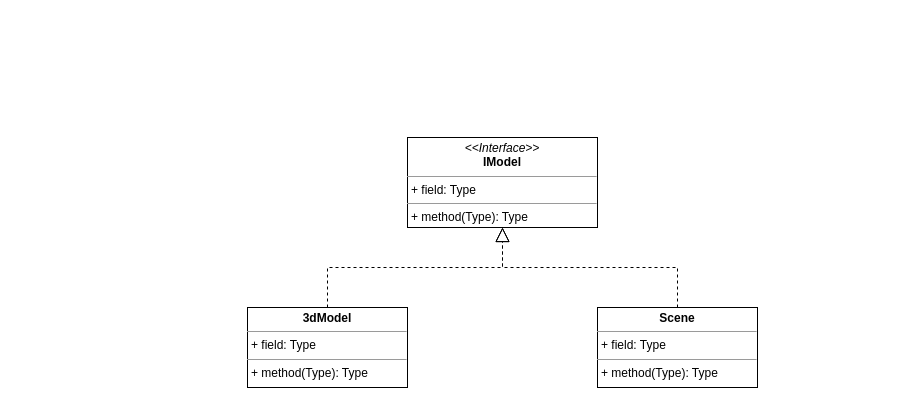
This is page "Models" (2 of 2) of module_2/Classes.drawio from SheinEA/gb_architect, a draw.io file, before an edit. Source tidied: cells renumbered, new cells numbered last; positions are measured from the earlier drawing's top-left corner, leaving out a move shared by most shapes. Both pictures are drawn from the tidied source at 100%, with x=0, y=0 at pixel (247, 137).
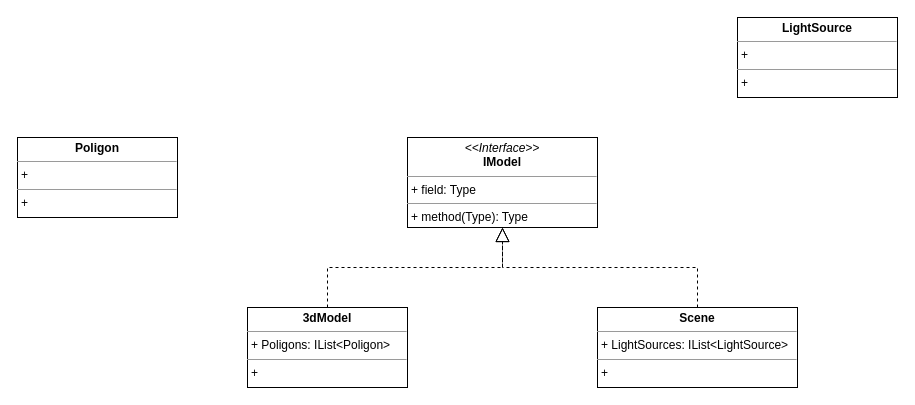
Above is the later version.

Change to the diagram source:
```diff
@@
 <mxGraphModel>
   <root>
     <mxCell id="0" />
     <mxCell id="1" parent="0" />
     <mxCell id="2" style="endArrow=block;dashed=1;endFill=0;endSize=12;html=1;exitX=0.5;exitY=0;exitDx=0;exitDy=0;edgeStyle=orthogonalEdgeStyle;rounded=0;" parent="1" edge="1" source="5" target="4">
       <mxGeometry relative="1" as="geometry" />
     </mxCell>
     <mxCell id="3" style="endArrow=block;dashed=1;endFill=0;endSize=12;html=1;exitX=0.5;exitY=0;exitDx=0;exitDy=0;edgeStyle=orthogonalEdgeStyle;rounded=0;" parent="1" edge="1" source="6" target="4">
       <mxGeometry relative="1" as="geometry" />
     </mxCell>
     <mxCell id="4" value="&lt;p style=&quot;margin: 0px ; margin-top: 4px ; text-align: center&quot;&gt;&lt;i&gt;&amp;lt;&amp;lt;Interface&amp;gt;&amp;gt;&lt;/i&gt;&lt;br&gt;&lt;b&gt;IModel&lt;/b&gt;&lt;/p&gt;&lt;hr size=&quot;1&quot;&gt;&lt;p style=&quot;margin: 0px ; margin-left: 4px&quot;&gt;+ field: Type&lt;br&gt;&lt;/p&gt;&lt;hr size=&quot;1&quot;&gt;&lt;p style=&quot;margin: 0px ; margin-left: 4px&quot;&gt;+ method(Type): Type&lt;br&gt;&lt;br&gt;&lt;/p&gt;" style="verticalAlign=top;align=left;overflow=fill;fontSize=12;fontFamily=Helvetica;html=1;" parent="1" vertex="1">
       <mxGeometry x="160" width="190" height="90" as="geometry" />
     </mxCell>
-    <mxCell id="5" value="&lt;p style=&quot;margin: 0px ; margin-top: 4px ; text-align: center&quot;&gt;&lt;b&gt;3dModel&lt;/b&gt;&lt;/p&gt;&lt;hr size=&quot;1&quot;&gt;&lt;p style=&quot;margin: 0px ; margin-left: 4px&quot;&gt;+ field: Type&lt;/p&gt;&lt;hr size=&quot;1&quot;&gt;&lt;p style=&quot;margin: 0px ; margin-left: 4px&quot;&gt;+ method(Type): Type&lt;br&gt;&lt;/p&gt;" style="verticalAlign=top;align=left;overflow=fill;fontSize=12;fontFamily=Helvetica;html=1;" parent="1" vertex="1">
+    <mxCell id="5" value="&lt;p style=&quot;margin: 0px ; margin-top: 4px ; text-align: center&quot;&gt;&lt;b&gt;3dModel&lt;/b&gt;&lt;/p&gt;&lt;hr size=&quot;1&quot;&gt;&lt;p style=&quot;margin: 0px ; margin-left: 4px&quot;&gt;+ Poligons: IList&amp;lt;Poligon&amp;gt;&lt;/p&gt;&lt;hr size=&quot;1&quot;&gt;&lt;p style=&quot;margin: 0px ; margin-left: 4px&quot;&gt;+&amp;nbsp;&lt;br&gt;&lt;/p&gt;" style="verticalAlign=top;align=left;overflow=fill;fontSize=12;fontFamily=Helvetica;html=1;" parent="1" vertex="1">
       <mxGeometry y="170" width="160" height="80" as="geometry" />
     </mxCell>
-    <mxCell id="6" value="&lt;p style=&quot;margin: 0px ; margin-top: 4px ; text-align: center&quot;&gt;&lt;b&gt;Scene&lt;/b&gt;&lt;br&gt;&lt;/p&gt;&lt;hr size=&quot;1&quot;&gt;&lt;p style=&quot;margin: 0px ; margin-left: 4px&quot;&gt;+ field: Type&lt;/p&gt;&lt;hr size=&quot;1&quot;&gt;&lt;p style=&quot;margin: 0px ; margin-left: 4px&quot;&gt;+ method(Type): Type&lt;br&gt;&lt;/p&gt;" style="verticalAlign=top;align=left;overflow=fill;fontSize=12;fontFamily=Helvetica;html=1;" parent="1" vertex="1">
-      <mxGeometry x="350" y="170" width="160" height="80" as="geometry" />
+    <mxCell id="6" value="&lt;p style=&quot;margin: 0px ; margin-top: 4px ; text-align: center&quot;&gt;&lt;b&gt;Scene&lt;/b&gt;&lt;br&gt;&lt;/p&gt;&lt;hr size=&quot;1&quot;&gt;&lt;p style=&quot;margin: 0px ; margin-left: 4px&quot;&gt;+ LightSources: IList&amp;lt;LightSource&amp;gt;&lt;/p&gt;&lt;hr size=&quot;1&quot;&gt;&lt;p style=&quot;margin: 0px ; margin-left: 4px&quot;&gt;+&amp;nbsp;&lt;br&gt;&lt;/p&gt;" style="verticalAlign=top;align=left;overflow=fill;fontSize=12;fontFamily=Helvetica;html=1;" parent="1" vertex="1">
+      <mxGeometry x="350" y="170" width="200" height="80" as="geometry" />
     </mxCell>
+    <mxCell id="7" value="&lt;p style=&quot;margin: 0px ; margin-top: 4px ; text-align: center&quot;&gt;&lt;b&gt;Poligon&lt;/b&gt;&lt;/p&gt;&lt;hr size=&quot;1&quot;&gt;&lt;p style=&quot;margin: 0px ; margin-left: 4px&quot;&gt;+&amp;nbsp;&lt;/p&gt;&lt;hr size=&quot;1&quot;&gt;&lt;p style=&quot;margin: 0px ; margin-left: 4px&quot;&gt;+&lt;br&gt;&lt;/p&gt;" style="verticalAlign=top;align=left;overflow=fill;fontSize=12;fontFamily=Helvetica;html=1;" parent="1" vertex="1">
+      <mxGeometry x="-230" width="160" height="80" as="geometry" />
+    </mxCell>
+    <mxCell id="8" value="&lt;p style=&quot;margin: 0px ; margin-top: 4px ; text-align: center&quot;&gt;&lt;b&gt;&lt;span style=&quot;text-align: left&quot;&gt;LightSource&lt;/span&gt;&lt;br&gt;&lt;/b&gt;&lt;/p&gt;&lt;hr size=&quot;1&quot;&gt;&lt;p style=&quot;margin: 0px ; margin-left: 4px&quot;&gt;+&amp;nbsp;&lt;/p&gt;&lt;hr size=&quot;1&quot;&gt;&lt;p style=&quot;margin: 0px ; margin-left: 4px&quot;&gt;+&lt;br&gt;&lt;/p&gt;" style="verticalAlign=top;align=left;overflow=fill;fontSize=12;fontFamily=Helvetica;html=1;" parent="1" vertex="1">
+      <mxGeometry x="490" y="-120" width="160" height="80" as="geometry" />
+    </mxCell>
   </root>
 </mxGraphModel>
```
